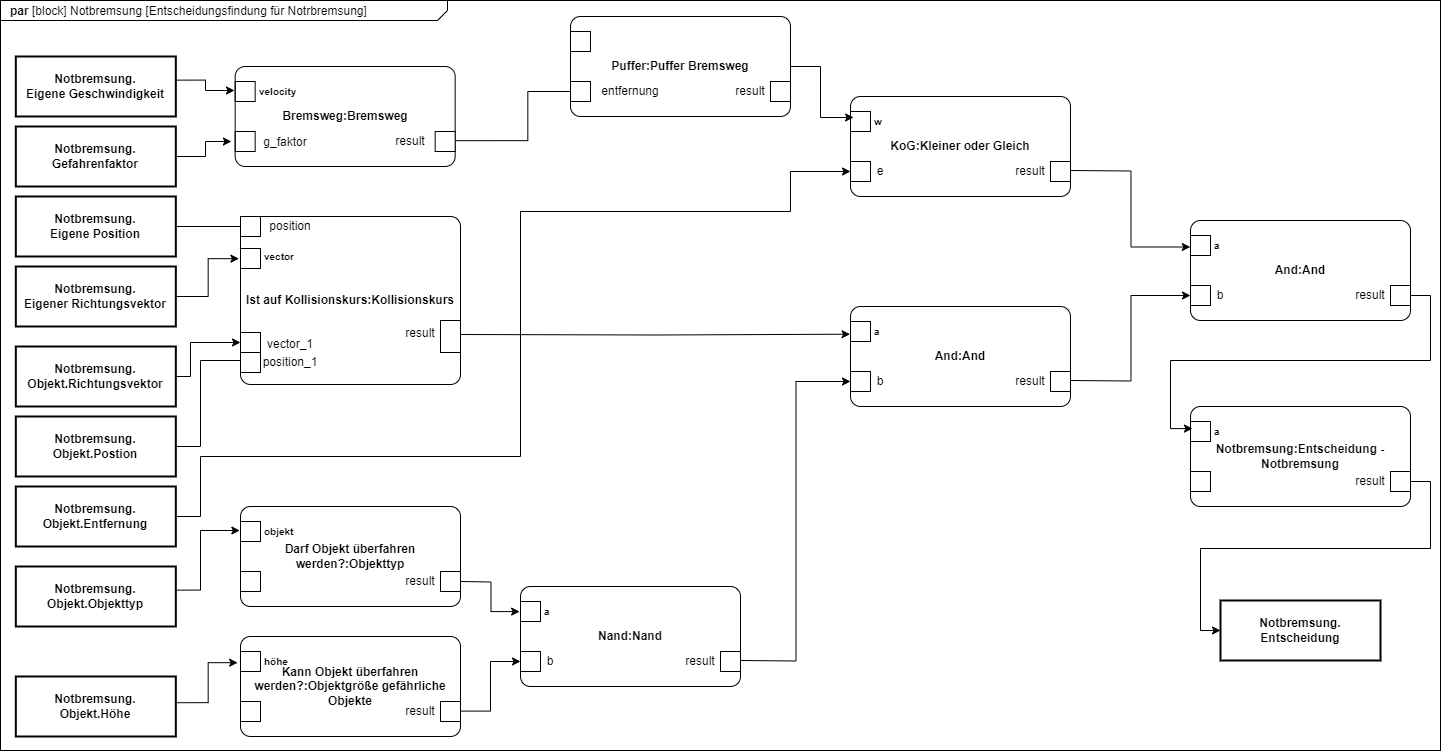
Earlier version of the draw.io export notbremsung-par.drawio.png (agrueneberg/sews2324). Source tidied: cells renumbered, new cells last; positions are measured from the earlier drawing's top-left corner, leaving out a move shared by most shapes.
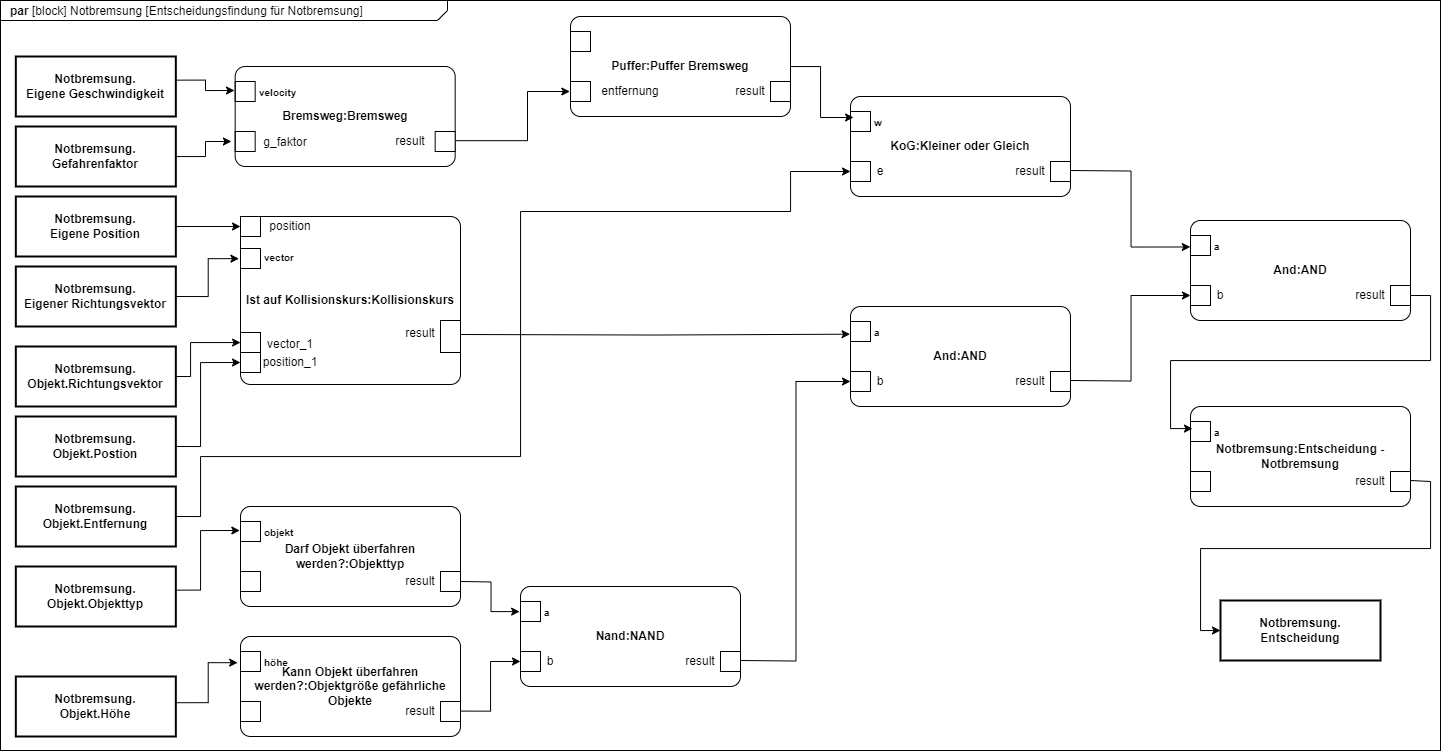
Later version of the same file.

Commit message:
Fix notbremsung-par

Diff of the diagram source:
```diff
@@ -2,7 +2,7 @@
   <root>
     <mxCell id="0" />
     <mxCell id="1" parent="0" />
-    <mxCell id="2" value="&lt;p style=&quot;margin:0px;margin-top:4px;margin-left:10px;text-align:left;&quot;&gt;&lt;b&gt;par &lt;/b&gt;[block]&amp;nbsp;Notbremsung [Entscheidungsfindung für Notrbremsung]&lt;/p&gt;" style="html=1;shape=mxgraph.sysml.package;labelX=447;align=left;spacingLeft=10;overflow=fill;whiteSpace=wrap;" parent="1" vertex="1">
+    <mxCell id="2" value="&lt;p style=&quot;margin:0px;margin-top:4px;margin-left:10px;text-align:left;&quot;&gt;&lt;b&gt;par &lt;/b&gt;[block]&amp;nbsp;Notbremsung [Entscheidungsfindung für Notbremsung]&lt;/p&gt;" style="html=1;shape=mxgraph.sysml.package;labelX=447;align=left;spacingLeft=10;overflow=fill;whiteSpace=wrap;" parent="1" vertex="1">
       <mxGeometry width="1440" height="750" as="geometry" />
     </mxCell>
     <mxCell id="3" value="Kann Objekt überfahren werden?:&lt;b&gt;Objektgröße gefährliche Objekte&lt;/b&gt;" style="html=1;shape=mxgraph.sysml.paramDgm;fontStyle=1;whiteSpace=wrap;align=center;points=[[0,0.5,0,0,0]];" parent="1" vertex="1">
@@ -138,11 +138,11 @@
     <mxCell id="39" style="align=left;html=1;verticalAlign=middle;labelPosition=right;verticalLabelPosition=middle;labelBackgroundColor=none;fontSize=10;" parent="38" vertex="1">
       <mxGeometry x="160" y="30" as="geometry" />
     </mxCell>
-    <mxCell id="40" style="edgeStyle=orthogonalEdgeStyle;rounded=0;jettySize=auto;html=1;exitX=1;exitY=0.5;exitDx=0;exitDy=0;entryX=0;entryY=0.5;entryDx=0;entryDy=0;" parent="1" edge="1" source="41" target="64">
+    <mxCell id="40" style="edgeStyle=orthogonalEdgeStyle;rounded=0;jettySize=auto;html=1;exitX=1;exitY=0.5;exitDx=0;exitDy=0;entryX=0;entryY=0.5;entryDx=0;entryDy=0;" parent="1" edge="1" source="41" target="62">
       <mxGeometry relative="1" as="geometry">
         <Array as="points">
           <mxPoint x="200" y="446" />
-          <mxPoint x="200" y="360" />
+          <mxPoint x="200" y="362" />
         </Array>
       </mxGeometry>
     </mxCell>
@@ -152,7 +152,7 @@
     <mxCell id="42" style="align=left;html=1;verticalAlign=middle;labelPosition=right;verticalLabelPosition=middle;labelBackgroundColor=none;fontSize=10;" parent="41" vertex="1">
       <mxGeometry x="160" y="30" as="geometry" />
     </mxCell>
-    <mxCell id="43" style="edgeStyle=orthogonalEdgeStyle;rounded=0;jettySize=auto;html=1;exitX=1;exitY=0.5;exitDx=0;exitDy=0;entryX=0;entryY=0.5;entryDx=0;entryDy=0;" parent="1" edge="1" source="44" target="65">
+    <mxCell id="43" style="edgeStyle=orthogonalEdgeStyle;rounded=0;jettySize=auto;html=1;exitX=1;exitY=0.5;exitDx=0;exitDy=0;entryX=0;entryY=0.5;entryDx=0;entryDy=0;" parent="1" edge="1" source="44" target="63">
       <mxGeometry relative="1" as="geometry" />
     </mxCell>
     <mxCell id="44" value="Notbremsung.&lt;br&gt;Eigene Position" style="shape=rect;strokeWidth=2;fontStyle=1;html=1;whiteSpace=wrap;align=center;" parent="1" vertex="1">
@@ -167,7 +167,7 @@
     <mxCell id="47" style="align=left;html=1;verticalAlign=middle;labelPosition=right;verticalLabelPosition=middle;labelBackgroundColor=none;fontSize=10;" parent="46" vertex="1">
       <mxGeometry x="160" y="30" as="geometry" />
     </mxCell>
-    <mxCell id="48" value="Nand:Nand" style="html=1;shape=mxgraph.sysml.paramDgm;fontStyle=1;whiteSpace=wrap;align=center;" parent="1" vertex="1">
+    <mxCell id="48" value="Nand:NAND" style="html=1;shape=mxgraph.sysml.paramDgm;fontStyle=1;whiteSpace=wrap;align=center;" parent="1" vertex="1">
       <mxGeometry x="520" y="586" width="220" height="100" as="geometry" />
     </mxCell>
     <mxCell id="49" value="a" style="html=1;align=left;verticalAlign=middle;labelPosition=left;verticalLabelPosition=middle;labelBackgroundColor=none;fontSize=10;spacingLeft=22;fontStyle=1;" parent="48" vertex="1">
@@ -226,7 +226,7 @@
     <mxCell id="66" style="edgeStyle=orthogonalEdgeStyle;rounded=0;jettySize=auto;html=1;exitX=1;exitY=0.5;exitDx=0;exitDy=0;entryX=-0.007;entryY=0.251;entryDx=0;entryDy=0;entryPerimeter=0;" parent="1" edge="1" source="38" target="56">
       <mxGeometry relative="1" as="geometry" />
     </mxCell>
-    <mxCell id="67" value="And:And" style="html=1;shape=mxgraph.sysml.paramDgm;fontStyle=1;whiteSpace=wrap;align=center;" parent="1" vertex="1">
+    <mxCell id="67" value="And:AND" style="html=1;shape=mxgraph.sysml.paramDgm;fontStyle=1;whiteSpace=wrap;align=center;" parent="1" vertex="1">
       <mxGeometry x="850" y="306" width="220" height="100" as="geometry" />
     </mxCell>
     <mxCell id="68" value="a" style="html=1;align=left;verticalAlign=middle;labelPosition=left;verticalLabelPosition=middle;labelBackgroundColor=none;fontSize=10;spacingLeft=22;fontStyle=1;" parent="67" vertex="1">
@@ -277,10 +277,15 @@
     <mxCell id="80" value="e" style="text;html=1;strokeColor=none;fillColor=none;align=center;verticalAlign=middle;whiteSpace=wrap;rounded=0;" parent="75" vertex="1">
       <mxGeometry y="60" width="60" height="30" as="geometry" />
     </mxCell>
-    <mxCell id="81" style="edgeStyle=orthogonalEdgeStyle;rounded=0;jettySize=auto;html=1;entryX=0;entryY=0.5;entryDx=0;entryDy=0;exitX=1.035;exitY=0.459;exitDx=0;exitDy=0;exitPerimeter=0;" parent="1" edge="1" source="35" target="97">
-      <mxGeometry relative="1" as="geometry" />
+    <mxCell id="81" style="edgeStyle=orthogonalEdgeStyle;rounded=0;jettySize=auto;html=1;entryX=-0.003;entryY=0.75;entryDx=0;entryDy=0;exitX=1.035;exitY=0.459;exitDx=0;exitDy=0;exitPerimeter=0;entryPerimeter=0;" parent="1" edge="1" source="35" target="92">
+      <mxGeometry relative="1" as="geometry">
+        <Array as="points">
+          <mxPoint x="527" y="140" />
+          <mxPoint x="527" y="91" />
+        </Array>
+      </mxGeometry>
     </mxCell>
-    <mxCell id="82" value="And:And" style="html=1;shape=mxgraph.sysml.paramDgm;fontStyle=1;whiteSpace=wrap;align=center;" parent="1" vertex="1">
+    <mxCell id="82" value="And:AND" style="html=1;shape=mxgraph.sysml.paramDgm;fontStyle=1;whiteSpace=wrap;align=center;" parent="1" vertex="1">
       <mxGeometry x="1190" y="220" width="220" height="100" as="geometry" />
     </mxCell>
     <mxCell id="83" value="a" style="html=1;align=left;verticalAlign=middle;labelPosition=left;verticalLabelPosition=middle;labelBackgroundColor=none;fontSize=10;spacingLeft=22;fontStyle=1;" parent="82" vertex="1">
```
